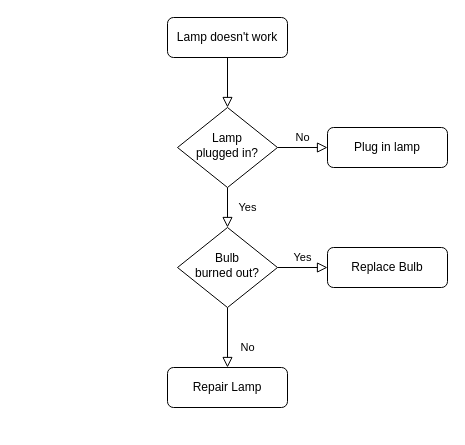
J0N1992/drawIo keeps this draw.io diagram as ai客服.drawio. Above is the earlier version. Source tidied: cells renumbered, new cells numbered last; positions are measured from the earlier drawing's top-left corner, leaving out a move shared by most shapes. Both pictures are drawn from the tidied source at 100%, with x=0, y=0 at pixel (167, 17).
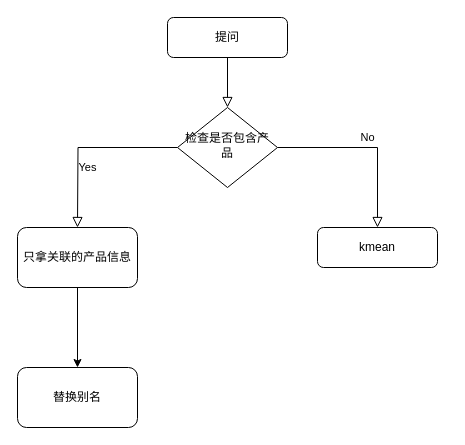
Above is the later version.

Diff of the diagram source:
```diff
@@
 <mxGraphModel>
   <root>
     <mxCell id="0" />
     <mxCell id="1" parent="0" />
     <mxCell id="2" style="rounded=0;html=1;jettySize=auto;fontSize=11;endArrow=block;endFill=0;endSize=8;strokeWidth=1;shadow=0;labelBackgroundColor=none;edgeStyle=orthogonalEdgeStyle;" parent="1" edge="1" source="3" target="6">
       <mxGeometry relative="1" as="geometry" />
     </mxCell>
-    <mxCell id="3" value="Lamp doesn't work" style="rounded=1;whiteSpace=wrap;html=1;fontSize=12;glass=0;strokeWidth=1;shadow=0;" parent="1" vertex="1">
+    <mxCell id="3" value="提问" style="rounded=1;whiteSpace=wrap;html=1;fontSize=12;glass=0;strokeWidth=1;shadow=0;" parent="1" vertex="1">
       <mxGeometry width="120" height="40" as="geometry" />
     </mxCell>
-    <mxCell id="4" value="Yes" style="rounded=0;html=1;jettySize=auto;fontSize=11;endArrow=block;endFill=0;endSize=8;strokeWidth=1;shadow=0;labelBackgroundColor=none;edgeStyle=orthogonalEdgeStyle;" parent="1" edge="1" source="6" target="10">
-      <mxGeometry y="20" relative="1" as="geometry" />
+    <mxCell id="4" value="Yes" style="rounded=0;html=1;jettySize=auto;fontSize=11;endArrow=block;endFill=0;endSize=8;strokeWidth=1;shadow=0;labelBackgroundColor=none;edgeStyle=orthogonalEdgeStyle;" parent="1" edge="1" source="6">
+      <mxGeometry y="20" relative="1" as="geometry">
+        <mxPoint x="-90" y="210" as="targetPoint" />
+      </mxGeometry>
     </mxCell>
     <mxCell id="5" value="No" style="edgeStyle=orthogonalEdgeStyle;rounded=0;html=1;jettySize=auto;fontSize=11;endArrow=block;endFill=0;endSize=8;strokeWidth=1;shadow=0;labelBackgroundColor=none;" parent="1" edge="1" source="6" target="7">
       <mxGeometry y="10" relative="1" as="geometry" />
     </mxCell>
-    <mxCell id="6" value="Lamp&lt;br&gt;plugged in?" style="rhombus;whiteSpace=wrap;html=1;shadow=0;fontFamily=Helvetica;fontSize=12;align=center;strokeWidth=1;spacing=6;spacingTop=-4;" parent="1" vertex="1">
+    <mxCell id="6" value="检查是否包含产品" style="rhombus;whiteSpace=wrap;html=1;shadow=0;fontFamily=Helvetica;fontSize=12;align=center;strokeWidth=1;spacing=6;spacingTop=-4;" parent="1" vertex="1">
       <mxGeometry x="10" y="90" width="100" height="80" as="geometry" />
     </mxCell>
-    <mxCell id="7" value="Plug in lamp" style="rounded=1;whiteSpace=wrap;html=1;fontSize=12;glass=0;strokeWidth=1;shadow=0;" parent="1" vertex="1">
-      <mxGeometry x="160" y="110" width="120" height="40" as="geometry" />
+    <mxCell id="7" value="kmean" style="rounded=1;whiteSpace=wrap;html=1;fontSize=12;glass=0;strokeWidth=1;shadow=0;" parent="1" vertex="1">
+      <mxGeometry x="150" y="210" width="120" height="40" as="geometry" />
     </mxCell>
-    <mxCell id="8" value="No" style="rounded=0;html=1;jettySize=auto;fontSize=11;endArrow=block;endFill=0;endSize=8;strokeWidth=1;shadow=0;labelBackgroundColor=none;edgeStyle=orthogonalEdgeStyle;" parent="1" edge="1" source="10" target="11">
-      <mxGeometry x="0.33" y="20" relative="1" as="geometry" />
-    </mxCell>
-    <mxCell id="9" value="Yes" style="edgeStyle=orthogonalEdgeStyle;rounded=0;html=1;jettySize=auto;fontSize=11;endArrow=block;endFill=0;endSize=8;strokeWidth=1;shadow=0;labelBackgroundColor=none;" parent="1" edge="1" source="10" target="12">
-      <mxGeometry y="10" relative="1" as="geometry" />
-    </mxCell>
-    <mxCell id="10" value="Bulb&lt;br&gt;burned out?" style="rhombus;whiteSpace=wrap;html=1;shadow=0;fontFamily=Helvetica;fontSize=12;align=center;strokeWidth=1;spacing=6;spacingTop=-4;" parent="1" vertex="1">
-      <mxGeometry x="10" y="210" width="100" height="80" as="geometry" />
-    </mxCell>
-    <mxCell id="11" value="Repair Lamp" style="rounded=1;whiteSpace=wrap;html=1;fontSize=12;glass=0;strokeWidth=1;shadow=0;" parent="1" vertex="1">
-      <mxGeometry y="350" width="120" height="40" as="geometry" />
-    </mxCell>
-    <mxCell id="12" value="Replace Bulb" style="rounded=1;whiteSpace=wrap;html=1;fontSize=12;glass=0;strokeWidth=1;shadow=0;" parent="1" vertex="1">
-      <mxGeometry x="160" y="230" width="120" height="40" as="geometry" />
-    </mxCell>
+    <mxCell id="13" style="edgeStyle=orthogonalEdgeStyle;rounded=0;jettySize=auto;html=1;" parent="1" edge="1" source="14" target="15">
+      <mxGeometry relative="1" as="geometry" />
+    </mxCell>
+    <mxCell id="14" value="只拿关联的产品信息" style="rounded=1;whiteSpace=wrap;html=1;" parent="1" vertex="1">
+      <mxGeometry x="-150" y="210" width="120" height="60" as="geometry" />
+    </mxCell>
+    <mxCell id="15" value="替换别名" style="whiteSpace=wrap;html=1;rounded=1;" parent="1" vertex="1">
+      <mxGeometry x="-150" y="350" width="120" height="60" as="geometry" />
+    </mxCell>
   </root>
 </mxGraphModel>
```
